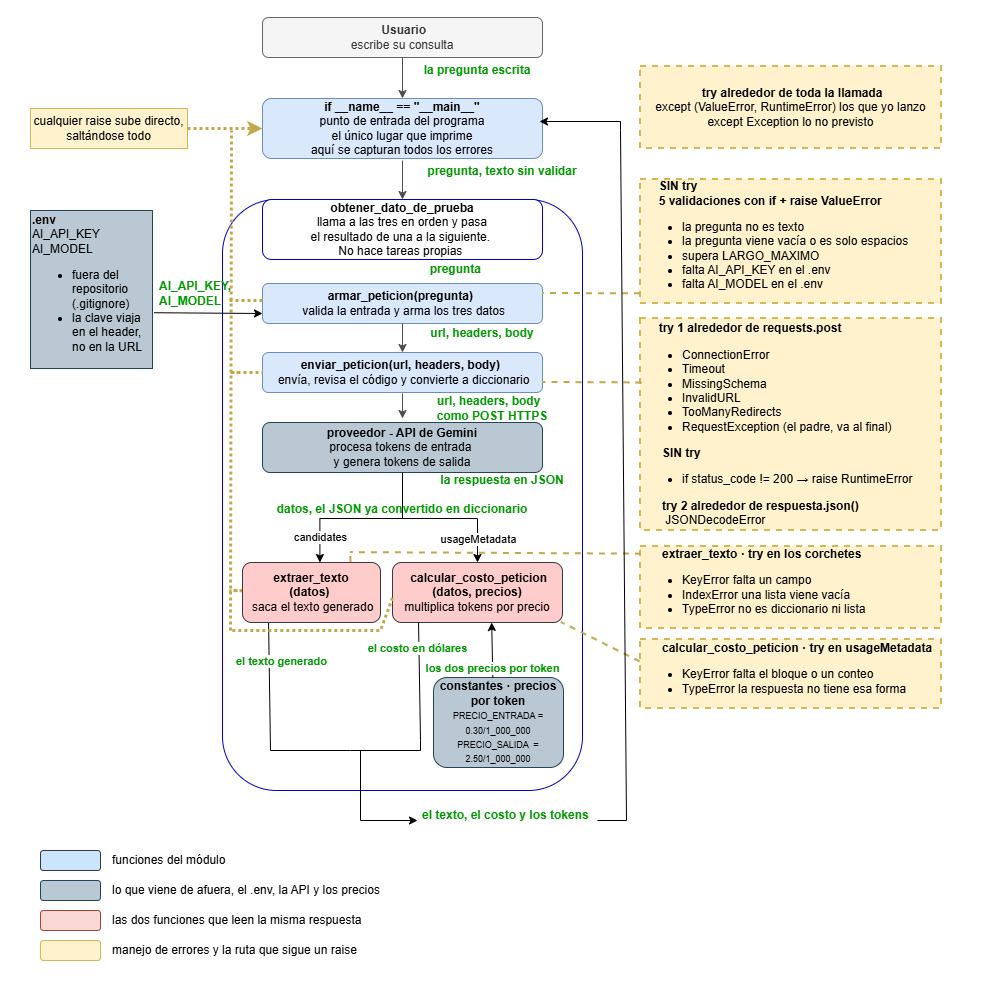
LDeLaRiva/replica keeps this draw.io diagram as docs/diagrama_arquitectura.png. Above is the earlier version. Source tidied: cells renumbered, new cells last; positions are measured from the earlier drawing's top-left corner, leaving out a move shared by most shapes.
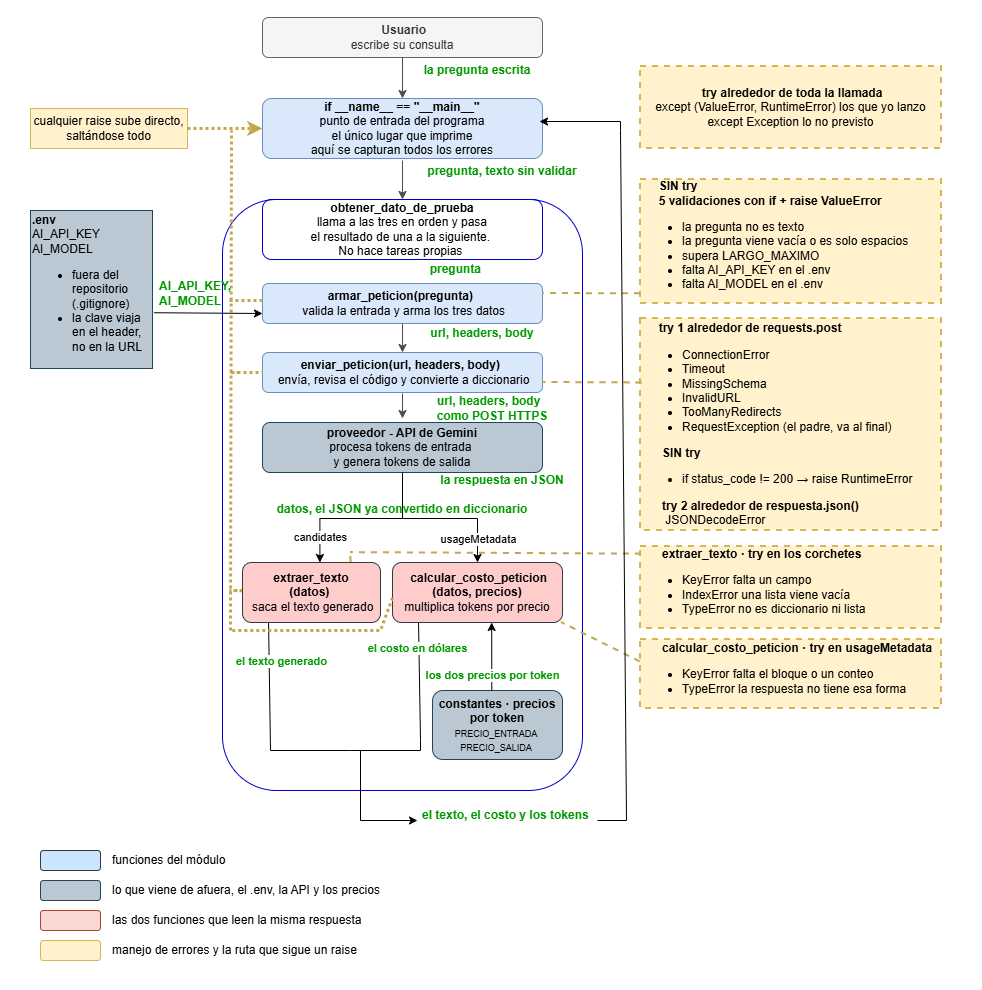
Later version of the same file.

Commit message:
documenta decisión de arquitectura: elección de modelo

The edit, as a diff of the source:
```diff
@@ -2,7 +2,7 @@
   <root>
     <mxCell id="0" />
     <mxCell id="1" parent="0" />
-    <mxCell id="2" value="&amp;nbsp; &amp;nbsp; &amp;nbsp; &amp;nbsp; &amp;nbsp; &amp;nbsp; &amp;nbsp; &amp;nbsp; &amp;nbsp; &amp;nbsp; &amp;nbsp; &amp;nbsp; &amp;nbsp; &amp;nbsp;&amp;nbsp; " style="rounded=0;whiteSpace=wrap;html=1;strokeColor=none;" parent="1" vertex="1">
+    <mxCell id="2" value="&amp;nbsp; &amp;nbsp; &amp;nbsp; &amp;nbsp; &amp;nbsp; &amp;nbsp; &amp;nbsp; &amp;nbsp; &amp;nbsp; &amp;nbsp; &amp;nbsp; &amp;nbsp; &amp;nbsp; &amp;nbsp;&amp;nbsp; " style="rounded=0;whiteSpace=wrap;html=1;strokeColor=none;fillColor=none;" parent="1" vertex="1">
       <mxGeometry width="982" height="990" as="geometry" />
     </mxCell>
     <mxCell id="3" value="&amp;nbsp; &amp;nbsp; &amp;nbsp;&amp;nbsp; " style="rounded=1;whiteSpace=wrap;html=1;roundedPerimeter=1;fillColor=none;strokeColor=#0000CC;" parent="1" vertex="1">
@@ -36,7 +36,7 @@
     <mxCell id="10" value="&lt;b&gt;if __name__ == &quot;__main__&quot;&lt;/b&gt;&lt;br&gt;         punto de entrada del programa&lt;br&gt;         el único lugar que imprime&lt;br&gt;         aquí se capturan todos los errores" style="rounded=1;whiteSpace=wrap;html=1;roundedPerimeter=1;fillColor=#dae8fc;strokeColor=#6c8ebf;" parent="1" vertex="1">
       <mxGeometry x="262" y="98" width="280" height="60" as="geometry" />
     </mxCell>
-    <mxCell id="11" value="&lt;b&gt;obtener_dato_de_prueba&lt;/b&gt;&lt;br&gt;             llama a las tres en orden y pasa&lt;div&gt;el resultado de una a la siguiente.&amp;nbsp;&lt;div&gt;No hace tareas propias&amp;nbsp;&lt;/div&gt;&lt;/div&gt;" style="rounded=1;whiteSpace=wrap;html=1;roundedPerimeter=1;fillColor=default;strokeColor=#0000CC;" parent="1" vertex="1">
+    <mxCell id="11" value="&lt;b&gt;obtener_dato_de_prueba&lt;/b&gt;&lt;br&gt;             llama a las tres en orden y pasa&lt;div&gt;el resultado de una a la siguiente.&amp;nbsp;&lt;div&gt;No hace tareas propias&amp;nbsp;&lt;/div&gt;&lt;/div&gt;" style="rounded=1;whiteSpace=wrap;html=1;roundedPerimeter=1;fillColor=none;strokeColor=#0000CC;" parent="1" vertex="1">
       <mxGeometry x="262" y="199" width="280" height="60" as="geometry" />
     </mxCell>
     <mxCell id="12" value="&lt;b&gt;proveedor - API de Gemini&lt;/b&gt;&lt;br&gt;procesa tokens de entrada&amp;nbsp;&lt;div&gt;y genera tokens de salida&lt;/div&gt;" style="rounded=1;whiteSpace=wrap;html=1;roundedPerimeter=1;fillColor=#bac8d3;strokeColor=#23445d;" parent="1" vertex="1">
@@ -229,8 +229,8 @@
         <mxPoint x="48" as="offset" />
       </mxGeometry>
     </mxCell>
-    <mxCell id="54" value="&lt;div&gt;&lt;b&gt;constantes · precios por token&lt;/b&gt;&lt;/div&gt;&lt;div&gt;&lt;font style=&quot;font-size: 9px;&quot;&gt;PRECIO_ENTRADA = 0.30/1_000_000&lt;/font&gt;&lt;/div&gt;&lt;div&gt;&lt;font style=&quot;font-size: 9px;&quot;&gt;PRECIO_SALIDA&amp;nbsp; = 2.50/1_000_000&lt;/font&gt;&lt;/div&gt;" style="rounded=1;whiteSpace=wrap;html=1;roundedPerimeter=1;fillColor=#bac8d3;strokeColor=#23445d;" parent="1" vertex="1">
-      <mxGeometry x="433" y="677" width="130" height="90" as="geometry" />
+    <mxCell id="54" value="&lt;div&gt;&lt;b&gt;constantes · precios por token&lt;/b&gt;&lt;/div&gt;&lt;div&gt;&lt;font style=&quot;font-size: 9px;&quot;&gt;PRECIO_ENTRADA&amp;nbsp;&lt;/font&gt;&lt;/div&gt;&lt;div&gt;&lt;font style=&quot;font-size: 9px;&quot;&gt;PRECIO_SALIDA&amp;nbsp;&lt;/font&gt;&lt;/div&gt;" style="rounded=1;whiteSpace=wrap;html=1;roundedPerimeter=1;fillColor=#bac8d3;strokeColor=#23445d;" parent="1" vertex="1">
+      <mxGeometry x="432" y="690" width="130" height="69" as="geometry" />
     </mxCell>
     <mxCell id="55" value="funciones del módulo" style="text;html=1;whiteSpace=wrap;strokeColor=none;fillColor=none;align=left;verticalAlign=middle;rounded=0;" parent="1" vertex="1">
       <mxGeometry x="110" y="850" width="253" height="20" as="geometry" />
```
